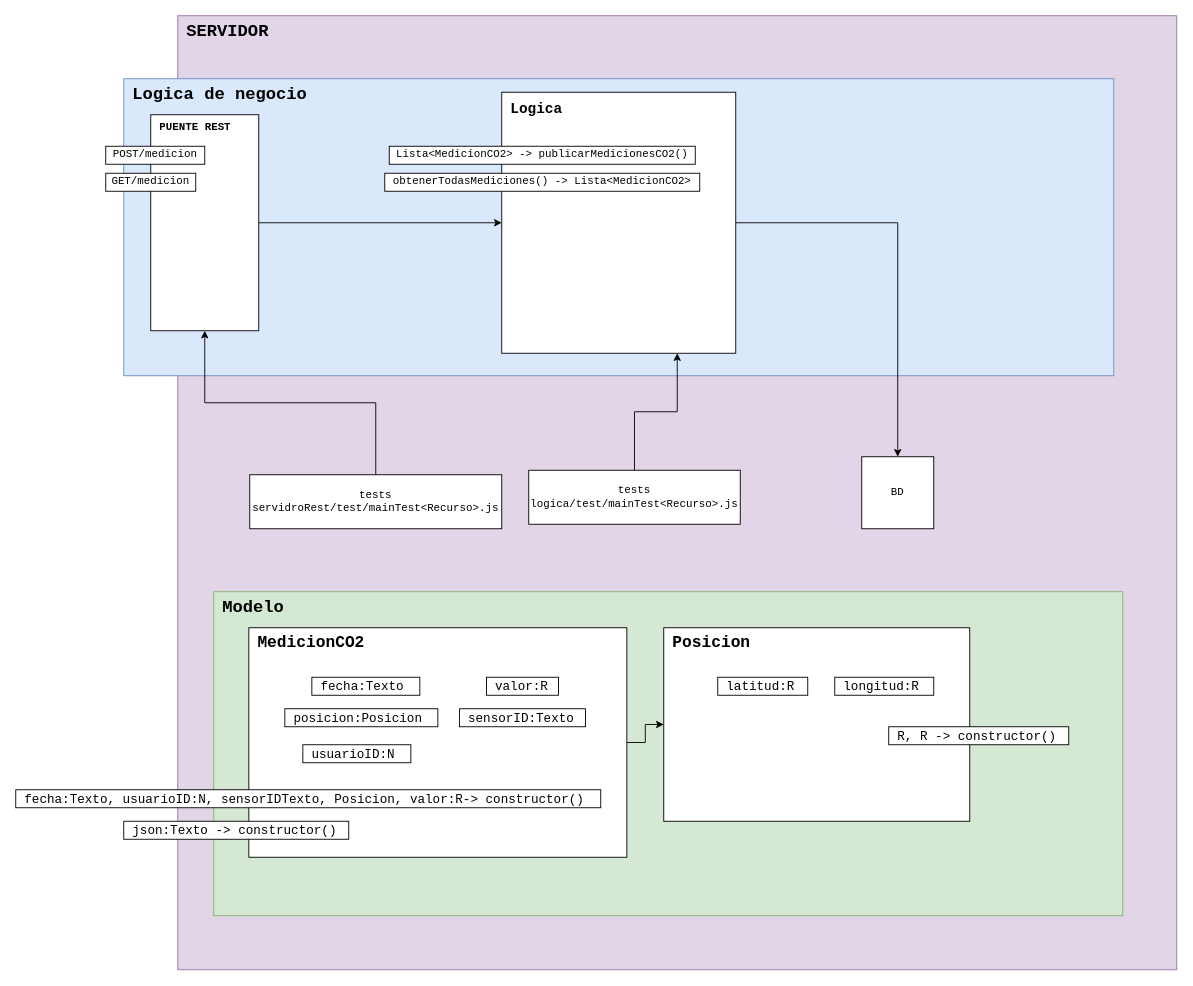
The draw.io diagram doc/DiseñoServidor.drawio in GTI-3A-Pure-Life/Pure-Life-WebApp, before the edit. Source tidied: cells renumbered, new cells numbered last; positions are measured from the earlier drawing's top-left corner, leaving out a move shared by most shapes. Both pictures are drawn from the tidied source at 90%, with x=0, y=0 at pixel (15, 15).
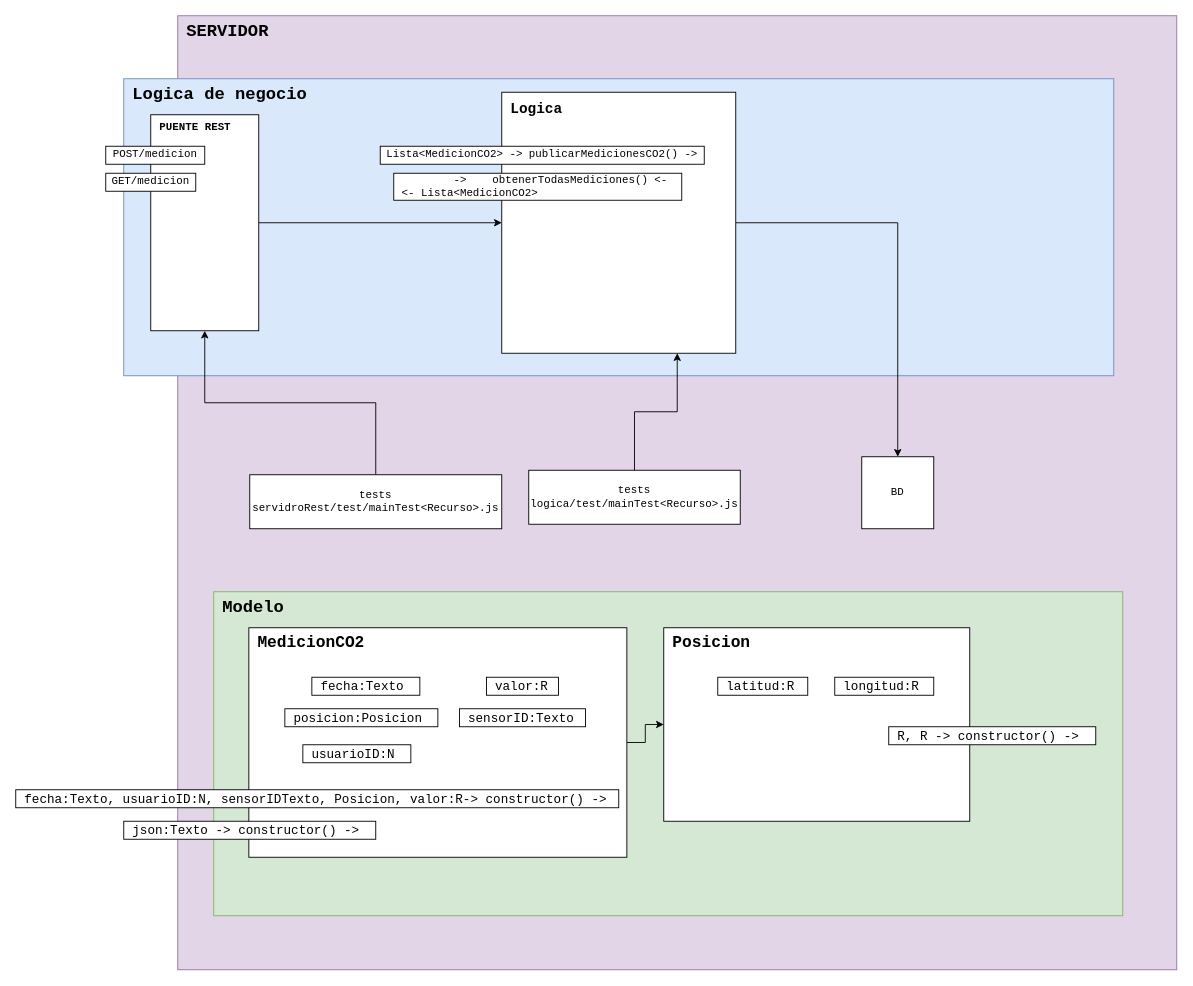
The same diagram, later.

Commit message (it also covers changes not shown here):
Documentación. Documento de diseño - 06/10/2021

What changed in the source:
```diff
@@
-    <mxCell id="13" value="Lista&amp;lt;MedicionCO2&amp;gt; -&amp;gt; publicarMedicionesCO2()" style="rounded=0;whiteSpace=wrap;html=1;fontFamily=Courier New;" parent="1" vertex="1">
-      <mxGeometry x="415" y="145" width="340" height="20" as="geometry" />
+    <mxCell id="13" value="Lista&amp;lt;MedicionCO2&amp;gt; -&amp;gt; publicarMedicionesCO2() -&amp;gt;" style="rounded=0;whiteSpace=wrap;html=1;fontFamily=Courier New;" parent="1" vertex="1">
+      <mxGeometry x="405" y="145" width="360" height="20" as="geometry" />
     </mxCell>
-    <mxCell id="14" value="obtenerTodasMediciones() -&amp;gt; Lista&amp;lt;MedicionCO2&amp;gt;" style="rounded=0;whiteSpace=wrap;html=1;fontFamily=Courier New;" parent="1" vertex="1">
-      <mxGeometry x="410" y="175" width="350" height="20" as="geometry" />
+    <mxCell id="14" value="&amp;nbsp; &amp;nbsp; &amp;nbsp; &amp;nbsp; &amp;nbsp;-&amp;gt;&amp;nbsp; &amp;nbsp; obtenerTodasMediciones() &amp;lt;- &lt;br&gt;&amp;nbsp;&amp;lt;- Lista&amp;lt;MedicionCO2&amp;gt;" style="rounded=0;whiteSpace=wrap;html=1;fontFamily=Courier New;align=left;" parent="1" vertex="1">
+      <mxGeometry x="420" y="175" width="320" height="30" as="geometry" />
     </mxCell>
@@
-    <mxCell id="24" value="&lt;span style=&quot;font-size: 14px&quot;&gt;fecha:Texto, usuarioID:N, sensorIDTexto, Posicion, valor:R&lt;/span&gt;&lt;span style=&quot;font-size: 14px&quot;&gt;-&amp;gt; constructor()&lt;br&gt;&lt;/span&gt;" style="rounded=0;whiteSpace=wrap;html=1;align=left;fontFamily=Courier New;spacingTop=2;spacingLeft=8;" parent="1" vertex="1">
-      <mxGeometry y="860" width="650" height="20" as="geometry" />
+    <mxCell id="24" value="&lt;span style=&quot;font-size: 14px&quot;&gt;fecha:Texto, usuarioID:N, sensorIDTexto, Posicion, valor:R&lt;/span&gt;&lt;span style=&quot;font-size: 14px&quot;&gt;-&amp;gt; constructor() -&amp;gt;&lt;br&gt;&lt;/span&gt;" style="rounded=0;whiteSpace=wrap;html=1;align=left;fontFamily=Courier New;spacingTop=2;spacingLeft=8;" parent="1" vertex="1">
+      <mxGeometry y="860" width="670" height="20" as="geometry" />
     </mxCell>
@@
-    <mxCell id="29" value="&lt;span style=&quot;font-size: 14px&quot;&gt;R, R&amp;nbsp;&lt;/span&gt;&lt;span style=&quot;font-size: 14px&quot;&gt;-&amp;gt; constructor()&lt;br&gt;&lt;/span&gt;" style="rounded=0;whiteSpace=wrap;html=1;align=left;fontFamily=Courier New;spacingTop=2;spacingLeft=8;" parent="1" vertex="1">
-      <mxGeometry x="970" y="790" width="200" height="20" as="geometry" />
+    <mxCell id="29" value="&lt;span style=&quot;font-size: 14px&quot;&gt;R, R&amp;nbsp;&lt;/span&gt;&lt;span style=&quot;font-size: 14px&quot;&gt;-&amp;gt; constructor() -&amp;gt;&lt;br&gt;&lt;/span&gt;" style="rounded=0;whiteSpace=wrap;html=1;align=left;fontFamily=Courier New;spacingTop=2;spacingLeft=8;" parent="1" vertex="1">
+      <mxGeometry x="970" y="790" width="230" height="20" as="geometry" />
     </mxCell>
-    <mxCell id="30" value="&lt;span style=&quot;font-size: 14px&quot;&gt;json:Texto&amp;nbsp;&lt;/span&gt;&lt;span style=&quot;font-size: 14px&quot;&gt;-&amp;gt; constructor()&lt;br&gt;&lt;/span&gt;" style="rounded=0;whiteSpace=wrap;html=1;align=left;fontFamily=Courier New;spacingTop=2;spacingLeft=8;" parent="1" vertex="1">
-      <mxGeometry x="120" y="895" width="250" height="20" as="geometry" />
+    <mxCell id="30" value="&lt;span style=&quot;font-size: 14px&quot;&gt;json:Texto&amp;nbsp;&lt;/span&gt;&lt;span style=&quot;font-size: 14px&quot;&gt;-&amp;gt; constructor() -&amp;gt;&lt;br&gt;&lt;/span&gt;" style="rounded=0;whiteSpace=wrap;html=1;align=left;fontFamily=Courier New;spacingTop=2;spacingLeft=8;" parent="1" vertex="1">
+      <mxGeometry x="120" y="895" width="280" height="20" as="geometry" />
     </mxCell>
```
